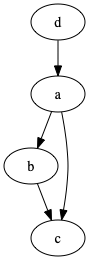
Above: graph.png in javaboss/graphviz (Graphviz), before the change. Its source is kept beside it as graph.dot. Source of this version:
```dot
digraph graphname{
		a -> b;
		b -> c;
		a -> c;
        d -> a;
	}
```
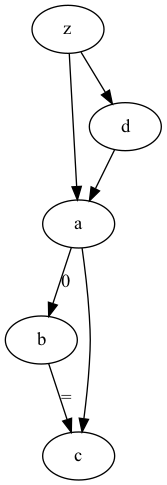
After the commit.

Diff of the diagram source:
```diff
@@ -1,6 +1,8 @@
-digraph graphname{
-		a -> b;
-		b -> c;
+digraph graphname {
+		a -> b [ label="0" ];
+		b -> c [ label="=" ];
 		a -> c;
         d -> a;
+		z -> a;
+		z -> d
 	}
```
